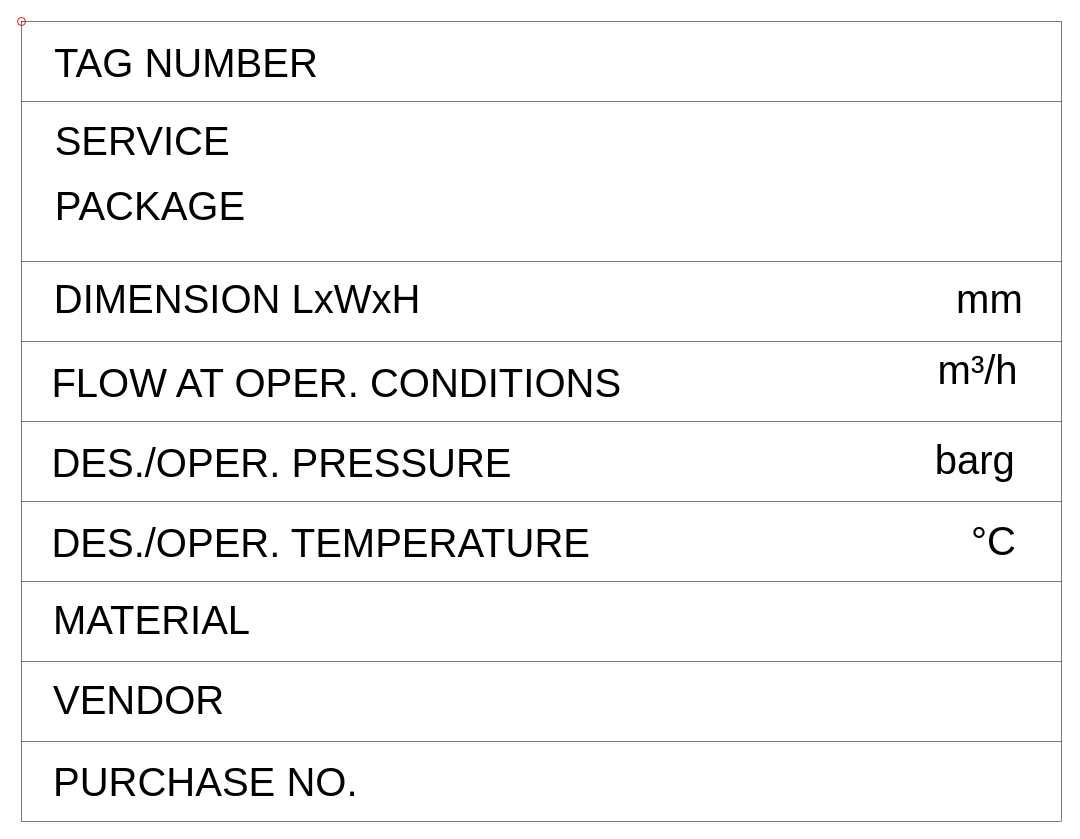
Above: DrawIO/ND0300A.drawio in ToniaPedersen/DISCDEXPI (draw.io), before the change. Source tidied: cells renumbered, new cells numbered last; positions are measured from the earlier drawing's top-left corner, leaving out a move shared by most shapes. Both pictures are drawn from the tidied source at 100%, with x=0, y=0 at pixel (17, 17).
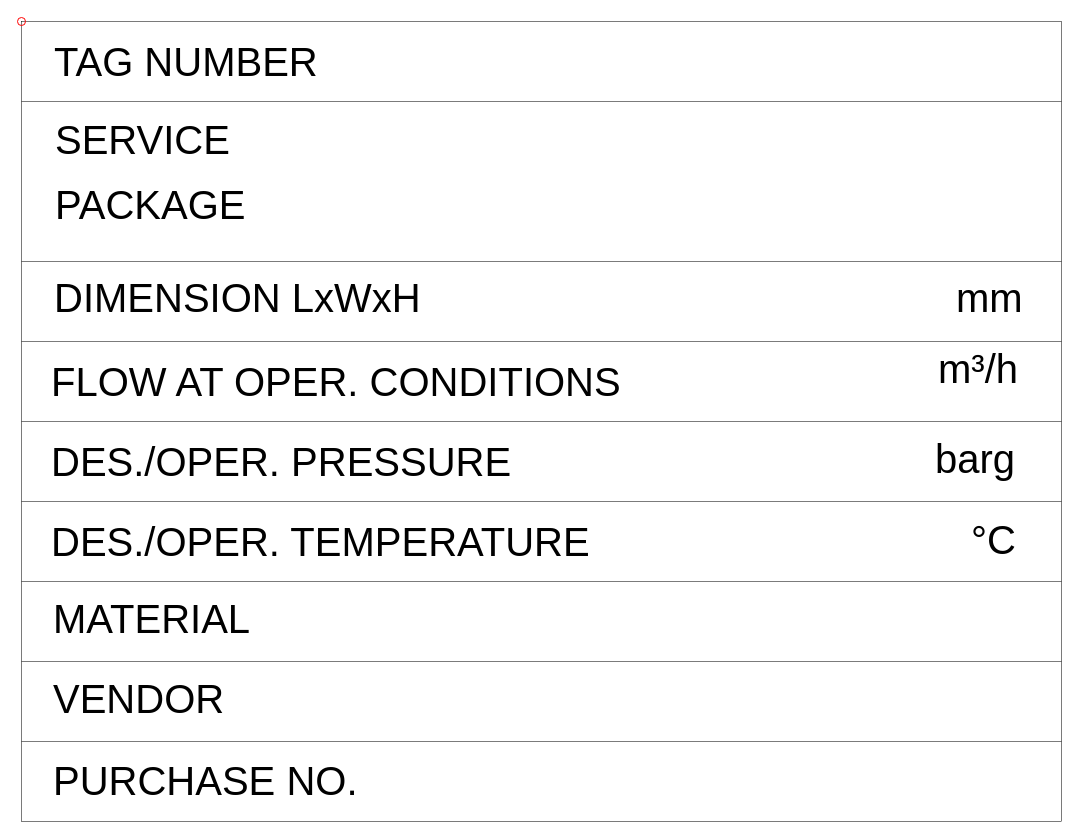
Above is the later version.

The edit, as a diff of the source:
```diff
@@
-    <mxCell id="11" value="DIMENSION LxWxH" style="text;html=0;whiteSpace=nowrap;align=left;verticalAlign=top;spacing=0;fontFamily=Arial;fontSize=40;fontColor=#000000;rotation=0.0;" parent="1" vertex="1">
+    <mxCell id="11" value="DIMENSION LxWxH" style="text;html=1;whiteSpace=nowrap;align=left;verticalAlign=top;spacing=0;fontFamily=Arial;fontSize=40;fontColor=#000000;rotation=0.0;" parent="1" vertex="1">
       <mxGeometry x="36.8" y="252.3" width="355.6" height="35.6" as="geometry" />
     </mxCell>
-    <mxCell id="12" value="PURCHASE NO." style="text;html=0;whiteSpace=nowrap;align=left;verticalAlign=top;spacing=0;fontFamily=Arial;fontSize=40;fontColor=#000000;rotation=0.0;" parent="1" vertex="1">
+    <mxCell id="12" value="PURCHASE NO." style="text;html=1;whiteSpace=nowrap;align=left;verticalAlign=top;spacing=0;fontFamily=Arial;fontSize=40;fontColor=#000000;rotation=0.0;" parent="1" vertex="1">
       <mxGeometry x="36" y="734.7" width="284.5" height="35.6" as="geometry" />
     </mxCell>
-    <mxCell id="13" value="mm" style="text;html=0;whiteSpace=nowrap;align=left;verticalAlign=top;spacing=0;fontFamily=Arial;fontSize=40;fontColor=#000000;rotation=0.0;" parent="1" vertex="1">
+    <mxCell id="13" value="mm" style="text;html=1;whiteSpace=nowrap;align=left;verticalAlign=top;spacing=0;fontFamily=Arial;fontSize=40;fontColor=#000000;rotation=0.0;" parent="1" vertex="1">
       <mxGeometry x="939.1" y="252.3" width="47.4" height="35.6" as="geometry" />
     </mxCell>
-    <mxCell id="14" value="SERVICE" style="text;html=0;whiteSpace=nowrap;align=left;verticalAlign=top;spacing=0;fontFamily=Arial;fontSize=40;fontColor=#000000;rotation=0.0;" parent="1" vertex="1">
+    <mxCell id="14" value="SERVICE" style="text;html=1;whiteSpace=nowrap;align=left;verticalAlign=top;spacing=0;fontFamily=Arial;fontSize=40;fontColor=#000000;rotation=0.0;" parent="1" vertex="1">
       <mxGeometry x="37.7" y="93.6" width="165.9" height="35.6" as="geometry" />
     </mxCell>
-    <mxCell id="15" value="VENDOR" style="text;html=0;whiteSpace=nowrap;align=left;verticalAlign=top;spacing=0;fontFamily=Arial;fontSize=40;fontColor=#000000;rotation=0.0;" parent="1" vertex="1">
+    <mxCell id="15" value="VENDOR" style="text;html=1;whiteSpace=nowrap;align=left;verticalAlign=top;spacing=0;fontFamily=Arial;fontSize=40;fontColor=#000000;rotation=0.0;" parent="1" vertex="1">
       <mxGeometry x="36" y="653" width="142.2" height="35.6" as="geometry" />
     </mxCell>
-    <mxCell id="16" value="TAG NUMBER" style="text;html=0;whiteSpace=nowrap;align=left;verticalAlign=top;spacing=0;fontFamily=Arial;fontSize=40;fontColor=#000000;rotation=0.0;" parent="1" vertex="1">
+    <mxCell id="16" value="TAG NUMBER" style="text;html=1;whiteSpace=nowrap;align=left;verticalAlign=top;spacing=0;fontFamily=Arial;fontSize=40;fontColor=#000000;rotation=0.0;" parent="1" vertex="1">
       <mxGeometry x="37.1" y="15.6" width="237.1" height="35.6" as="geometry" />
     </mxCell>
-    <mxCell id="17" value="FLOW AT OPER. CONDITIONS" style="text;html=0;whiteSpace=nowrap;align=left;verticalAlign=top;spacing=0;fontFamily=Arial;fontSize=40;fontColor=#000000;rotation=0.0;" parent="1" vertex="1">
+    <mxCell id="17" value="FLOW AT OPER. CONDITIONS" style="text;html=1;whiteSpace=nowrap;align=left;verticalAlign=top;spacing=0;fontFamily=Arial;fontSize=40;fontColor=#000000;rotation=0.0;" parent="1" vertex="1">
       <mxGeometry x="34.4" y="335.6" width="568.9" height="35.6" as="geometry" />
     </mxCell>
-    <mxCell id="18" value="DES./OPER. TEMPERATURE" style="text;html=0;whiteSpace=nowrap;align=left;verticalAlign=top;spacing=0;fontFamily=Arial;fontSize=40;fontColor=#000000;rotation=0.0;" parent="1" vertex="1">
+    <mxCell id="18" value="DES./OPER. TEMPERATURE" style="text;html=1;whiteSpace=nowrap;align=left;verticalAlign=top;spacing=0;fontFamily=Arial;fontSize=40;fontColor=#000000;rotation=0.0;" parent="1" vertex="1">
       <mxGeometry x="34.4" y="495.6" width="521.5" height="35.6" as="geometry" />
     </mxCell>
-    <mxCell id="19" value="barg" style="text;html=0;whiteSpace=nowrap;align=left;verticalAlign=top;spacing=0;fontFamily=Arial;fontSize=40;fontColor=#000000;rotation=0.0;" parent="1" vertex="1">
+    <mxCell id="19" value="barg" style="text;html=1;whiteSpace=nowrap;align=left;verticalAlign=top;spacing=0;fontFamily=Arial;fontSize=40;fontColor=#000000;rotation=0.0;" parent="1" vertex="1">
       <mxGeometry x="917.7" y="412.8" width="96" height="36" as="geometry" />
     </mxCell>
-    <mxCell id="20" value="m³/h" style="text;html=0;whiteSpace=nowrap;align=left;verticalAlign=top;spacing=0;fontFamily=Arial;fontSize=40;fontColor=#000000;rotation=0.0;" parent="1" vertex="1">
+    <mxCell id="20" value="m³/h" style="text;html=1;whiteSpace=nowrap;align=left;verticalAlign=top;spacing=0;fontFamily=Arial;fontSize=40;fontColor=#000000;rotation=0.0;" parent="1" vertex="1">
       <mxGeometry x="920.6" y="323.3" width="94.8" height="35.6" as="geometry" />
     </mxCell>
-    <mxCell id="21" value="PACKAGE" style="text;html=0;whiteSpace=nowrap;align=left;verticalAlign=top;spacing=0;fontFamily=Arial;fontSize=40;fontColor=#000000;rotation=0.0;" parent="1" vertex="1">
+    <mxCell id="21" value="PACKAGE" style="text;html=1;whiteSpace=nowrap;align=left;verticalAlign=top;spacing=0;fontFamily=Arial;fontSize=40;fontColor=#000000;rotation=0.0;" parent="1" vertex="1">
       <mxGeometry x="37.7" y="159.1" width="165.9" height="35.6" as="geometry" />
     </mxCell>
-    <mxCell id="22" value="MATERIAL" style="text;html=0;whiteSpace=nowrap;align=left;verticalAlign=top;spacing=0;fontFamily=Arial;fontSize=40;fontColor=#000000;rotation=0.0;" parent="1" vertex="1">
+    <mxCell id="22" value="MATERIAL" style="text;html=1;whiteSpace=nowrap;align=left;verticalAlign=top;spacing=0;fontFamily=Arial;fontSize=40;fontColor=#000000;rotation=0.0;" parent="1" vertex="1">
       <mxGeometry x="36" y="573" width="189.6" height="35.6" as="geometry" />
     </mxCell>
-    <mxCell id="23" value="°C" style="text;html=0;whiteSpace=nowrap;align=left;verticalAlign=top;spacing=0;fontFamily=Arial;fontSize=40;fontColor=#000000;rotation=0.0;" parent="1" vertex="1">
+    <mxCell id="23" value="°C" style="text;html=1;whiteSpace=nowrap;align=left;verticalAlign=top;spacing=0;fontFamily=Arial;fontSize=40;fontColor=#000000;rotation=0.0;" parent="1" vertex="1">
       <mxGeometry x="954" y="494" width="76.8" height="57.6" as="geometry" />
     </mxCell>
-    <mxCell id="24" value="DES./OPER. PRESSURE" style="text;html=0;whiteSpace=nowrap;align=left;verticalAlign=top;spacing=0;fontFamily=Arial;fontSize=40;fontColor=#000000;rotation=0.0;" parent="1" vertex="1">
+    <mxCell id="24" value="DES./OPER. PRESSURE" style="text;html=1;whiteSpace=nowrap;align=left;verticalAlign=top;spacing=0;fontFamily=Arial;fontSize=40;fontColor=#000000;rotation=0.0;" parent="1" vertex="1">
       <mxGeometry x="34.4" y="415.6" width="450.4" height="35.6" as="geometry" />
     </mxCell>
```
